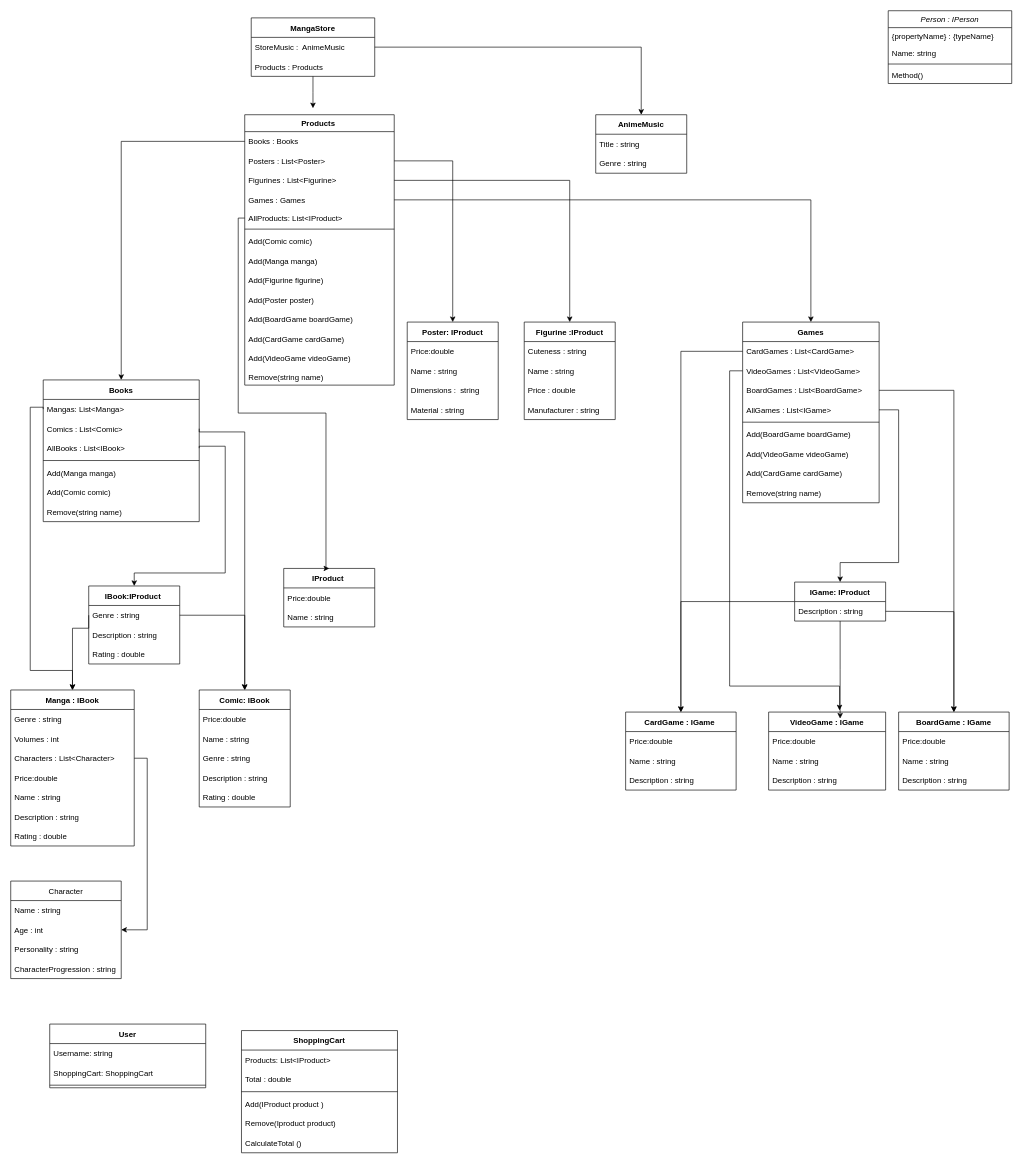
lauravoineag/Kata keeps this draw.io diagram as MangaStore/Digrams/ClassDiagram.drawio. Above is the earlier version. Source tidied: cells renumbered, new cells numbered last; positions are measured from the earlier drawing's top-left corner, leaving out a move shared by most shapes. Both pictures are drawn from the tidied source at 65%, with x=0, y=0 at pixel (10, 10).
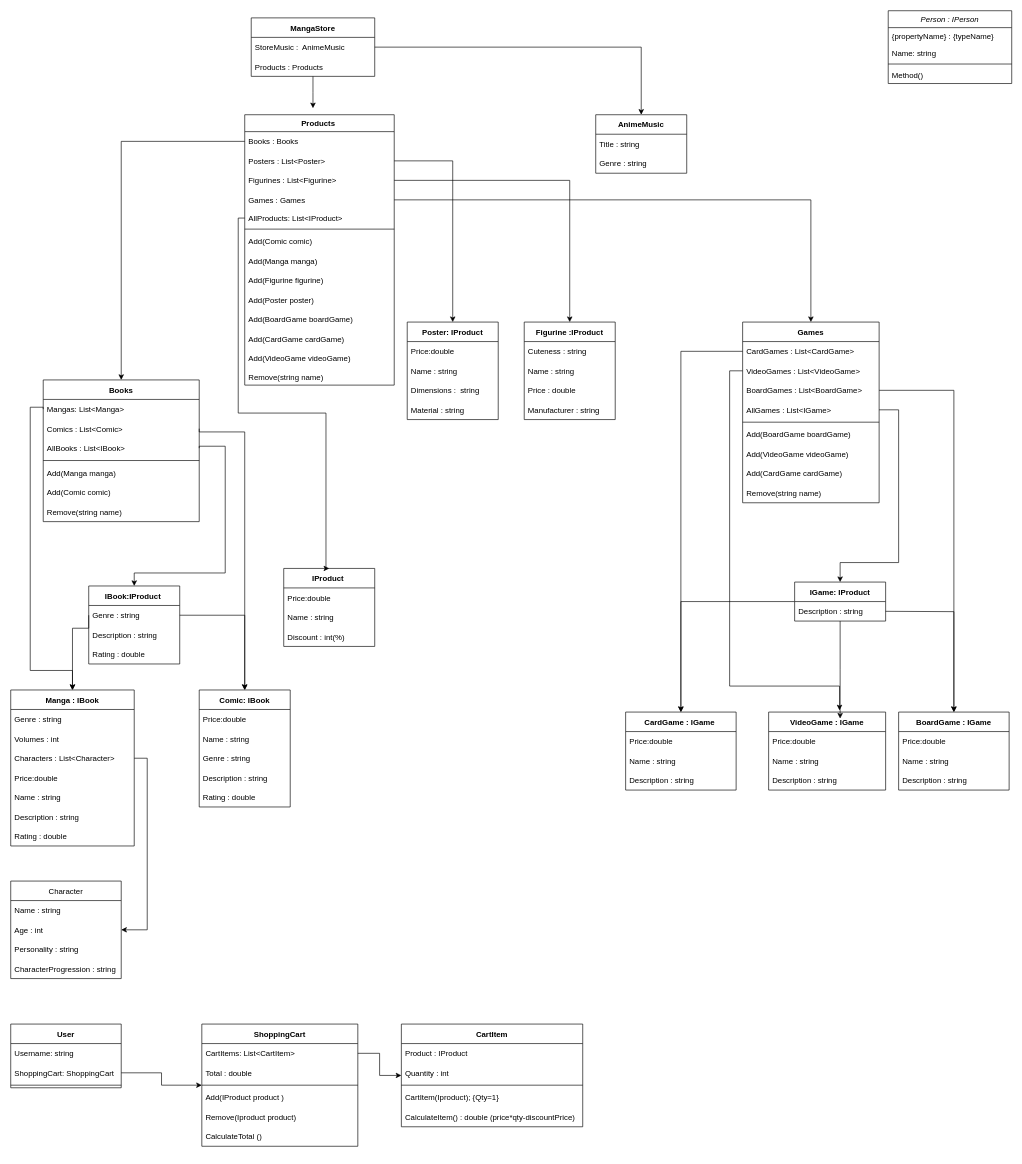
Above is the later version.

Diff of the diagram source:
```diff
@@
     <mxCell id="105" value="IProduct " style="swimlane;fontStyle=1;horizontal=1;startSize=30;fontColor=#000000;" parent="1" vertex="1">
-      <mxGeometry x="420" y="858" width="140" height="90" as="geometry" />
+      <mxGeometry x="420" y="858" width="140" height="120" as="geometry" />
     </mxCell>
@@
+    <mxCell id="127" value="Discount : int(%)" style="text;strokeColor=none;fillColor=none;align=left;verticalAlign=middle;spacingLeft=4;spacingRight=4;overflow=hidden;fontColor=#000000;" parent="105" vertex="1">
+      <mxGeometry y="90" width="140" height="30" as="geometry" />
+    </mxCell>
@@
     <mxCell id="116" value="ShoppingCart" style="swimlane;fontStyle=1;horizontal=1;startSize=30;fontColor=#000000;" parent="1" vertex="1">
-      <mxGeometry x="355" y="1569" width="240" height="188" as="geometry" />
+      <mxGeometry x="294" y="1559" width="240" height="188" as="geometry" />
     </mxCell>
-    <mxCell id="117" value="Products: List&lt;IProduct&gt;" style="text;strokeColor=none;fillColor=none;align=left;verticalAlign=middle;spacingLeft=4;spacingRight=4;overflow=hidden;points=[[0,0.5],[1,0.5]];portConstraint=eastwest;fontColor=#000000;" parent="116" vertex="1">
+    <mxCell id="117" value="CartItems: List&lt;CartItem&gt;" style="text;strokeColor=none;fillColor=none;align=left;verticalAlign=middle;spacingLeft=4;spacingRight=4;overflow=hidden;points=[[0,0.5],[1,0.5]];portConstraint=eastwest;fontColor=#000000;" parent="116" vertex="1">
       <mxGeometry y="30" width="240" height="30" as="geometry" />
     </mxCell>
@@
     <mxCell id="123" value="User" style="swimlane;fontStyle=1;horizontal=1;startSize=30;fontColor=#000000;" parent="1" vertex="1">
-      <mxGeometry x="60" y="1559" width="240" height="98" as="geometry" />
+      <mxGeometry y="1559" width="170" height="98" as="geometry" />
     </mxCell>
     <mxCell id="124" value="Username: string " style="text;strokeColor=none;fillColor=none;align=left;verticalAlign=middle;spacingLeft=4;spacingRight=4;overflow=hidden;fontColor=#000000;" parent="123" vertex="1">
-      <mxGeometry y="30" width="240" height="30" as="geometry" />
+      <mxGeometry y="30" width="170" height="30" as="geometry" />
     </mxCell>
     <mxCell id="125" value="ShoppingCart: ShoppingCart " style="text;strokeColor=none;fillColor=none;align=left;verticalAlign=middle;spacingLeft=4;spacingRight=4;overflow=hidden;points=[[0,0.5],[1,0.5]];portConstraint=eastwest;fontColor=#000000;" parent="123" vertex="1">
-      <mxGeometry y="60" width="240" height="30" as="geometry" />
+      <mxGeometry y="60" width="170" height="30" as="geometry" />
     </mxCell>
     <mxCell id="126" style="line;html=1;strokeWidth=1;align=left;verticalAlign=middle;spacingTop=-1;spacingLeft=3;spacingRight=3;labelPosition=right;fontColor=#000000;" parent="123" vertex="1">
-      <mxGeometry y="90" width="240" height="8" as="geometry" />
+      <mxGeometry y="90" width="170" height="8" as="geometry" />
     </mxCell>
+    <mxCell id="128" value="CartItem" style="swimlane;fontStyle=1;horizontal=1;startSize=30;fontColor=#000000;" parent="1" vertex="1">
+      <mxGeometry x="601" y="1559" width="279" height="158" as="geometry" />
+    </mxCell>
+    <mxCell id="129" value="Product : IProduct  " style="text;strokeColor=none;fillColor=none;align=left;verticalAlign=middle;spacingLeft=4;spacingRight=4;overflow=hidden;fontColor=#000000;" parent="128" vertex="1">
+      <mxGeometry y="30" width="279" height="30" as="geometry" />
+    </mxCell>
+    <mxCell id="130" value="Quantity : int" style="text;strokeColor=none;fillColor=none;align=left;verticalAlign=middle;spacingLeft=4;spacingRight=4;overflow=hidden;fontColor=#000000;" parent="128" vertex="1">
+      <mxGeometry y="60" width="279" height="30" as="geometry" />
+    </mxCell>
+    <mxCell id="131" style="line;html=1;strokeWidth=1;align=left;verticalAlign=middle;spacingTop=-1;spacingLeft=3;spacingRight=3;labelPosition=right;fontColor=#000000;" parent="128" vertex="1">
+      <mxGeometry y="90" width="279" height="8" as="geometry" />
+    </mxCell>
+    <mxCell id="132" value="CartItem(Iproduct); {Qty=1}" style="text;strokeColor=none;fillColor=none;align=left;verticalAlign=middle;spacingLeft=4;spacingRight=4;overflow=hidden;fontColor=#000000;" parent="128" vertex="1">
+      <mxGeometry y="98" width="279" height="30" as="geometry" />
+    </mxCell>
+    <mxCell id="133" value="CalculateItem() : double (price*qty-discountPrice)" style="text;strokeColor=none;fillColor=none;align=left;verticalAlign=middle;spacingLeft=4;spacingRight=4;overflow=hidden;fontColor=#000000;" parent="128" vertex="1">
+      <mxGeometry y="128" width="279" height="30" as="geometry" />
+    </mxCell>
+    <mxCell id="134" style="edgeStyle=orthogonalEdgeStyle;rounded=0;jettySize=auto;html=1;exitX=1;exitY=0.5;exitDx=0;exitDy=0;" parent="1" edge="1" source="125" target="116">
+      <mxGeometry relative="1" as="geometry" />
+    </mxCell>
+    <mxCell id="135" style="edgeStyle=orthogonalEdgeStyle;rounded=0;jettySize=auto;html=1;exitX=1;exitY=0.5;exitDx=0;exitDy=0;" parent="1" edge="1" source="117" target="128">
+      <mxGeometry relative="1" as="geometry" />
+    </mxCell>
```
